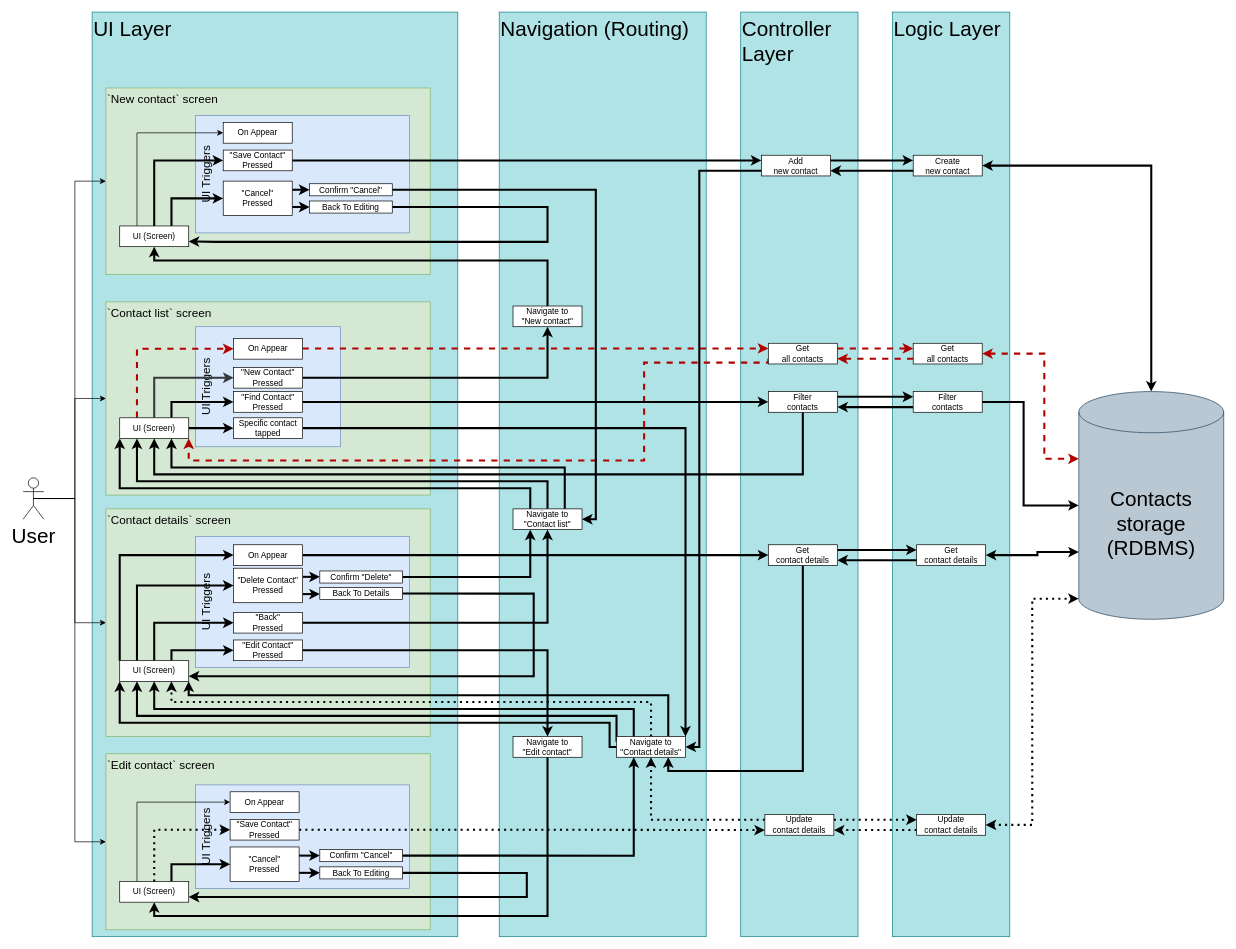
Before: docs/architecture.drawio in spooozy/pet-phone-book, a draw.io diagram. Source tidied: cells renumbered, new cells numbered last; positions are measured from the earlier drawing's top-left corner, leaving out a move shared by most shapes. Both pictures are drawn from the tidied source at 69%, with x=0, y=0 at pixel (23, 12).
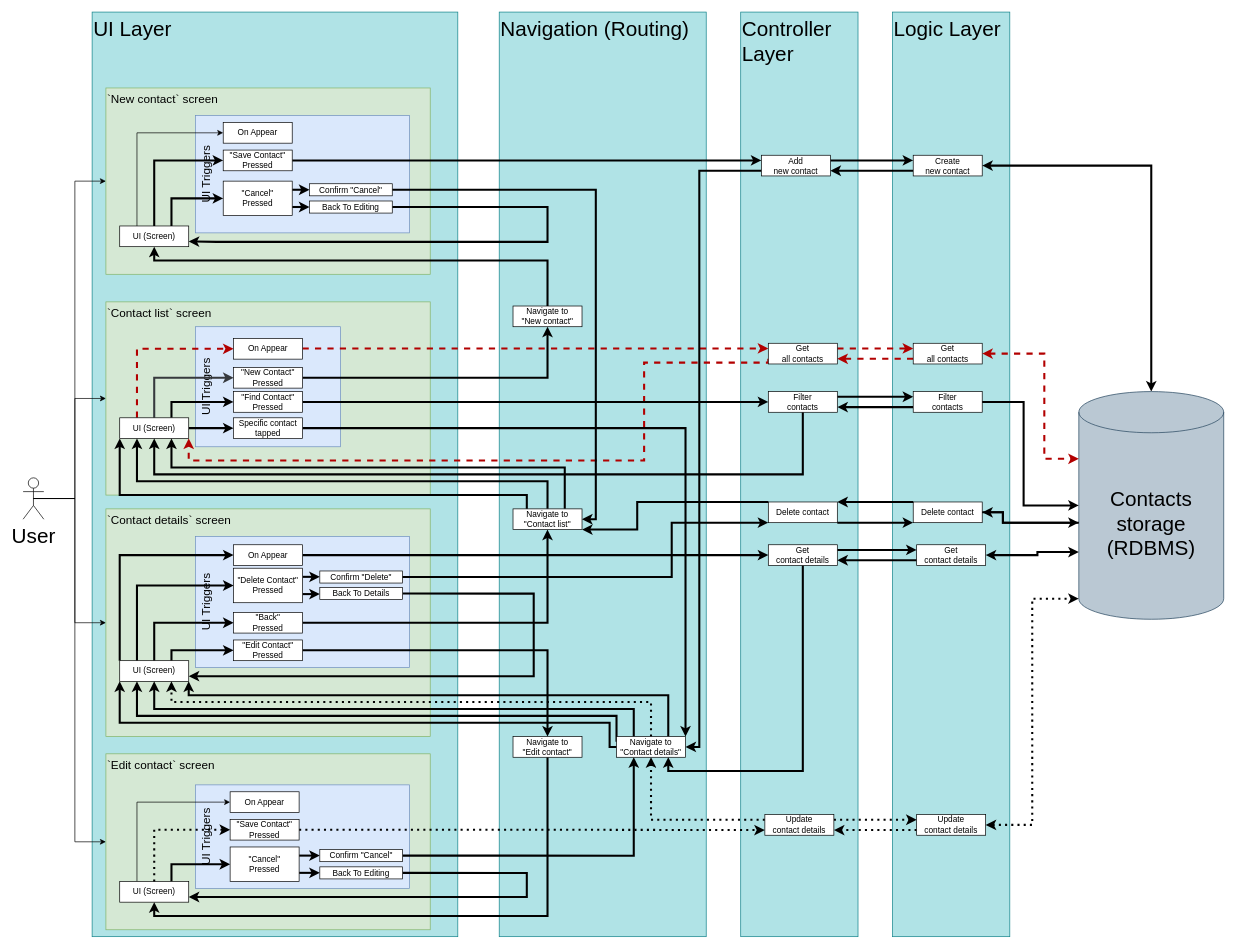
The same page after the edit.

Commit message (it also covers changes not shown here):
The architecture diagram has been changed: deletion logic has been added. Punctuation and grammatical corrections have been made to the documentation.

The change refers to these unchanged cells:
```xml
<mxCell id="18" value="UI (Screen)" style="rounded=0;whiteSpace=wrap;html=1;align=center;verticalAlign=middle;" parent="1" vertex="1">
  <mxGeometry x="140" y="588" width="100" height="30" as="geometry" />
</mxCell>
<mxCell id="32" value="&lt;font style=&quot;font-size: 30px;&quot;&gt;Contacts storage&lt;/font&gt;&lt;div&gt;&lt;font style=&quot;font-size: 30px;&quot;&gt;(RDBMS)&lt;/font&gt;&lt;/div&gt;" style="shape=cylinder3;whiteSpace=wrap;html=1;boundedLbl=1;backgroundOutline=1;size=29.846153846154294;fillColor=#bac8d3;strokeColor=#23445d;" parent="1" vertex="1">
  <mxGeometry x="1530" y="550" width="210" height="330" as="geometry" />
</mxCell>
<mxCell id="115" value="Confirm &quot;Delete&quot;" style="rounded=0;whiteSpace=wrap;html=1;" parent="1" vertex="1">
  <mxGeometry x="430" y="810" width="120" height="17.5" as="geometry" />
</mxCell>
<mxCell id="118" value="Navigate to&lt;div&gt;&quot;Contact list&quot;&lt;/div&gt;" style="rounded=0;whiteSpace=wrap;html=1;" parent="1" vertex="1">
  <mxGeometry x="710" y="720" width="100" height="30" as="geometry" />
</mxCell>
```

What changed in the source:
```diff
@@
-    <mxCell id="110" style="edgeStyle=orthogonalEdgeStyle;rounded=0;jettySize=auto;html=1;exitX=0.25;exitY=0;exitDx=0;exitDy=0;entryX=0;entryY=1;entryDx=0;entryDy=0;strokeColor=light-dark(#000000,#33FFFF);strokeWidth=3;" parent="1" edge="1" source="118" target="18">
-      <mxGeometry relative="1" as="geometry">
-        <Array as="points">
-          <mxPoint x="735" y="690" />
-          <mxPoint x="140" y="690" />
-        </Array>
-      </mxGeometry>
-    </mxCell>
@@
-    <mxCell id="114" style="edgeStyle=orthogonalEdgeStyle;rounded=0;jettySize=auto;html=1;exitX=1;exitY=0.5;exitDx=0;exitDy=0;entryX=0.25;entryY=1;entryDx=0;entryDy=0;strokeColor=light-dark(#000000,#33FFFF);strokeWidth=3;" parent="1" edge="1" source="115" target="118">
-      <mxGeometry relative="1" as="geometry" />
-    </mxCell>
@@
+    <mxCell id="123" value="Delete contact" style="rounded=0;whiteSpace=wrap;html=1;" parent="1" vertex="1">
+      <mxGeometry x="1080" y="710" width="100" height="30" as="geometry" />
+    </mxCell>
+    <mxCell id="124" value="Delete contact" style="rounded=0;whiteSpace=wrap;html=1;" parent="1" vertex="1">
+      <mxGeometry x="1290" y="710" width="100" height="30" as="geometry" />
+    </mxCell>
+    <mxCell id="125" style="edgeStyle=orthogonalEdgeStyle;rounded=0;jettySize=auto;html=1;exitX=1;exitY=1;exitDx=0;exitDy=0;entryX=0;entryY=1;entryDx=0;entryDy=0;strokeColor=light-dark(#000000,#33FFFF);strokeWidth=3;" parent="1" edge="1" source="123" target="124">
+      <mxGeometry relative="1" as="geometry">
+        <Array as="points">
+          <mxPoint x="1270" y="740" />
+          <mxPoint x="1270" y="740" />
+        </Array>
+      </mxGeometry>
+    </mxCell>
+    <mxCell id="126" style="edgeStyle=orthogonalEdgeStyle;rounded=0;jettySize=auto;html=1;exitX=1;exitY=0.5;exitDx=0;exitDy=0;strokeColor=light-dark(#000000,#33FFFF);strokeWidth=3;" parent="1" edge="1" source="124" target="32">
+      <mxGeometry relative="1" as="geometry">
+        <Array as="points">
+          <mxPoint x="1420" y="725" />
+          <mxPoint x="1420" y="740" />
+        </Array>
+      </mxGeometry>
+    </mxCell>
+    <mxCell id="127" style="edgeStyle=orthogonalEdgeStyle;rounded=0;jettySize=auto;html=1;strokeColor=light-dark(#000000,#33FFFF);strokeWidth=3;entryX=1;entryY=0.5;entryDx=0;entryDy=0;" parent="1" edge="1" target="124">
+      <mxGeometry relative="1" as="geometry">
+        <mxPoint x="1530" y="740" as="sourcePoint" />
+        <Array as="points">
+          <mxPoint x="1530" y="740" />
+          <mxPoint x="1420" y="740" />
+          <mxPoint x="1420" y="725" />
+        </Array>
+      </mxGeometry>
+    </mxCell>
+    <mxCell id="128" style="edgeStyle=orthogonalEdgeStyle;rounded=0;jettySize=auto;html=1;exitX=0;exitY=0;exitDx=0;exitDy=0;entryX=1;entryY=0;entryDx=0;entryDy=0;strokeColor=light-dark(#000000,#33FFFF);strokeWidth=3;" parent="1" edge="1" source="124" target="123">
+      <mxGeometry relative="1" as="geometry">
+        <Array as="points">
+          <mxPoint x="1240" y="710" />
+          <mxPoint x="1240" y="710" />
+        </Array>
+      </mxGeometry>
+    </mxCell>
+    <mxCell id="114" style="edgeStyle=orthogonalEdgeStyle;rounded=0;jettySize=auto;html=1;exitX=1;exitY=0.5;exitDx=0;exitDy=0;entryX=0;entryY=1;entryDx=0;entryDy=0;strokeColor=light-dark(#000000,#33FFFF);strokeWidth=3;" parent="1" edge="1" source="115" target="123">
+      <mxGeometry relative="1" as="geometry">
+        <Array as="points">
+          <mxPoint x="940" y="819" />
+          <mxPoint x="940" y="740" />
+        </Array>
+      </mxGeometry>
+    </mxCell>
+    <mxCell id="129" style="edgeStyle=orthogonalEdgeStyle;rounded=0;jettySize=auto;html=1;exitX=0;exitY=0;exitDx=0;exitDy=0;entryX=1;entryY=1;entryDx=0;entryDy=0;strokeColor=light-dark(#000000,#33FFFF);strokeWidth=3;" parent="1" edge="1" source="123" target="118">
+      <mxGeometry relative="1" as="geometry">
+        <Array as="points">
+          <mxPoint x="890" y="710" />
+          <mxPoint x="890" y="750" />
+        </Array>
+      </mxGeometry>
+    </mxCell>
+    <mxCell id="130" style="edgeStyle=orthogonalEdgeStyle;rounded=0;jettySize=auto;html=1;entryX=0;entryY=1;entryDx=0;entryDy=0;strokeColor=light-dark(#000000,#33FFFF);strokeWidth=3;" parent="1" edge="1" target="18">
+      <mxGeometry relative="1" as="geometry">
+        <mxPoint x="730" y="720" as="sourcePoint" />
+        <Array as="points">
+          <mxPoint x="730" y="700" />
+          <mxPoint x="140" y="700" />
+        </Array>
+      </mxGeometry>
+    </mxCell>
```
